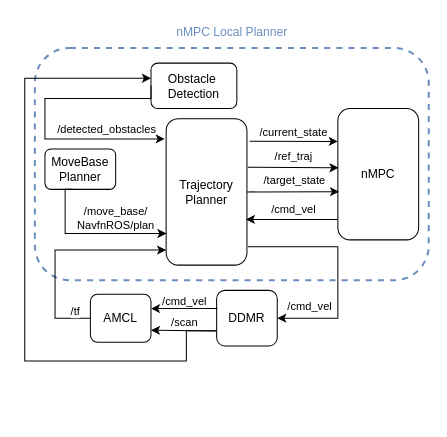
The draw.io diagram src/amr_control/docs/Untitled Diagram.drawio in KevinEppacher/walle_ws, before the edit. Source tidied: cells renumbered, new cells numbered last; positions are measured from the earlier drawing's top-left corner, leaving out a move shared by most shapes. Both pictures are drawn from the tidied source at 101%, with x=0, y=0 at pixel (24, 17).
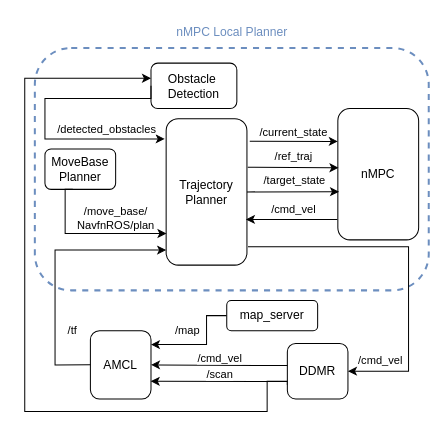
Above is the later version.

Unchanged cells that the change refers to:
```xml
<mxCell id="7" value="Trajectory Planner" style="rounded=1;whiteSpace=wrap;html=1;" parent="1" vertex="1">
  <mxGeometry x="140" y="100" width="80" height="145" as="geometry" />
</mxCell>
```

What changed in the source:
```diff
@@
     <mxCell id="2" style="rounded=1;whiteSpace=wrap;html=1;fillStyle=solid;dashed=1;fillColor=none;strokeColor=#6c8ebf;gradientColor=none;strokeWidth=2;" parent="1" vertex="1">
-      <mxGeometry x="10" y="30" width="390" height="230" as="geometry" />
+      <mxGeometry x="10" y="30" width="390" height="240" as="geometry" />
     </mxCell>
     <mxCell id="3" style="endArrow=classic;html=1;rounded=0;edgeStyle=orthogonalEdgeStyle;exitX=0;exitY=0.75;exitDx=0;exitDy=0;" parent="1" edge="1" source="4">
       <mxGeometry relative="1" as="geometry">
         <mxPoint x="125" y="60" as="targetPoint" />
         <Array as="points">
-          <mxPoint x="190" y="310" />
-          <mxPoint x="160" y="310" />
-          <mxPoint x="160" y="340" />
-          <mxPoint y="340" />
+          <mxPoint x="260" y="360" />
+          <mxPoint x="240" y="360" />
+          <mxPoint x="240" y="390" />
+          <mxPoint y="390" />
           <mxPoint y="60" />
         </Array>
       </mxGeometry>
     </mxCell>
     <mxCell id="4" value="DDMR" style="rounded=1;whiteSpace=wrap;html=1;" parent="1" vertex="1">
-      <mxGeometry x="190" y="270" width="60" height="55" as="geometry" />
+      <mxGeometry x="260" y="322.5" width="60" height="55" as="geometry" />
     </mxCell>
@@
     <mxCell id="8" value="AMCL" style="rounded=1;whiteSpace=wrap;html=1;" parent="1" vertex="1">
-      <mxGeometry x="65" y="273.8" width="60" height="47.5" as="geometry" />
+      <mxGeometry x="65" y="310" width="60" height="67.5" as="geometry" />
     </mxCell>
     <mxCell id="9" style="endArrow=classic;html=1;rounded=0;entryX=0;entryY=0.897;entryDx=0;entryDy=0;edgeStyle=orthogonalEdgeStyle;exitX=0;exitY=0.5;exitDx=0;exitDy=0;entryPerimeter=0;" parent="1" edge="1" source="8" target="7">
       <mxGeometry relative="1" as="geometry">
         <Array as="points">
-          <mxPoint x="30" y="298" />
+          <mxPoint x="30" y="344" />
           <mxPoint x="30" y="230" />
         </Array>
       </mxGeometry>
     </mxCell>
@@
     <mxCell id="22" style="endArrow=classic;html=1;rounded=0;exitX=1.013;exitY=0.874;exitDx=0;exitDy=0;exitPerimeter=0;entryX=1;entryY=0.5;entryDx=0;entryDy=0;edgeStyle=orthogonalEdgeStyle;" parent="1" edge="1" source="7" target="4">
       <mxGeometry relative="1" as="geometry">
         <Array as="points">
-          <mxPoint x="310" y="227" />
-          <mxPoint x="310" y="298" />
-          <mxPoint x="250" y="298" />
+          <mxPoint x="380" y="227" />
+          <mxPoint x="380" y="350" />
         </Array>
       </mxGeometry>
     </mxCell>
     <mxCell id="23" value="/cmd_vel" style="edgeLabel;html=1;align=center;verticalAlign=middle;" parent="22" vertex="1">
       <mxGeometry x="0.84" relative="1" as="geometry">
-        <mxPoint x="14" y="-12" as="offset" />
+        <mxPoint x="4" y="-12" as="offset" />
       </mxGeometry>
     </mxCell>
@@
-    <mxCell id="26" style="endArrow=classic;html=1;rounded=0;entryX=1;entryY=0.3;entryDx=0;entryDy=0;exitX=0.011;exitY=0.328;exitDx=0;exitDy=0;exitPerimeter=0;entryPerimeter=0;" parent="1" edge="1" source="4" target="8">
+    <mxCell id="26" style="endArrow=classic;html=1;rounded=0;entryX=1;entryY=0.5;entryDx=0;entryDy=0;exitX=0.002;exitY=0.4;exitDx=0;exitDy=0;exitPerimeter=0;" parent="1" edge="1" source="4" target="8">
       <mxGeometry relative="1" as="geometry" />
     </mxCell>
@@
-    <mxCell id="28" style="endArrow=classic;html=1;rounded=0;exitX=-0.011;exitY=0.731;exitDx=0;exitDy=0;exitPerimeter=0;entryX=1;entryY=0.75;entryDx=0;entryDy=0;" parent="1" edge="1" source="4" target="8">
+    <mxCell id="28" style="endArrow=classic;html=1;rounded=0;entryX=0.995;entryY=0.741;entryDx=0;entryDy=0;entryPerimeter=0;exitX=0.002;exitY=0.688;exitDx=0;exitDy=0;exitPerimeter=0;" parent="1" edge="1" source="4" target="8">
       <mxGeometry relative="1" as="geometry" />
     </mxCell>
@@
+    <mxCell id="31" style="endArrow=classic;html=1;rounded=0;entryX=0.999;entryY=0.203;entryDx=0;entryDy=0;entryPerimeter=0;exitX=0;exitY=0.5;exitDx=0;exitDy=0;edgeStyle=orthogonalEdgeStyle;" parent="1" edge="1" source="33" target="8">
+      <mxGeometry relative="1" as="geometry">
+        <Array as="points">
+          <mxPoint x="180" y="295" />
+          <mxPoint x="180" y="324" />
+        </Array>
+      </mxGeometry>
+    </mxCell>
+    <mxCell id="32" value="/map" style="edgeLabel;html=1;align=center;verticalAlign=middle;" parent="31" vertex="1">
+      <mxGeometry x="0.01" relative="1" as="geometry">
+        <mxPoint x="-16" y="-14" as="offset" />
+      </mxGeometry>
+    </mxCell>
+    <mxCell id="33" value="map_server" style="rounded=1;whiteSpace=wrap;html=1;" parent="1" vertex="1">
+      <mxGeometry x="200" y="280" width="90" height="30" as="geometry" />
+    </mxCell>
```
